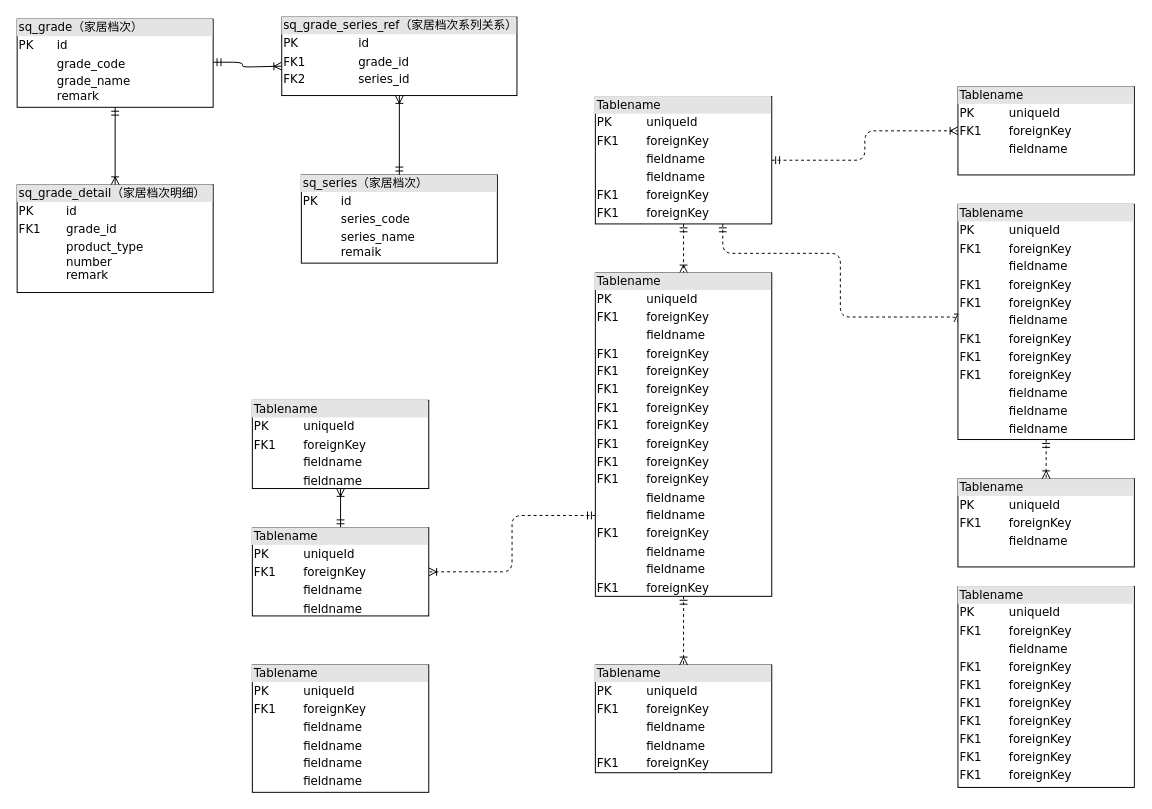
Before: 家居报价表定义.drawio in xueshou02/githubWJ, a draw.io diagram. Source tidied: cells renumbered, new cells numbered last; positions are measured from the earlier drawing's top-left corner, leaving out a move shared by most shapes. Both pictures are drawn from the tidied source at 98%, with x=0, y=0 at pixel (17, 17).
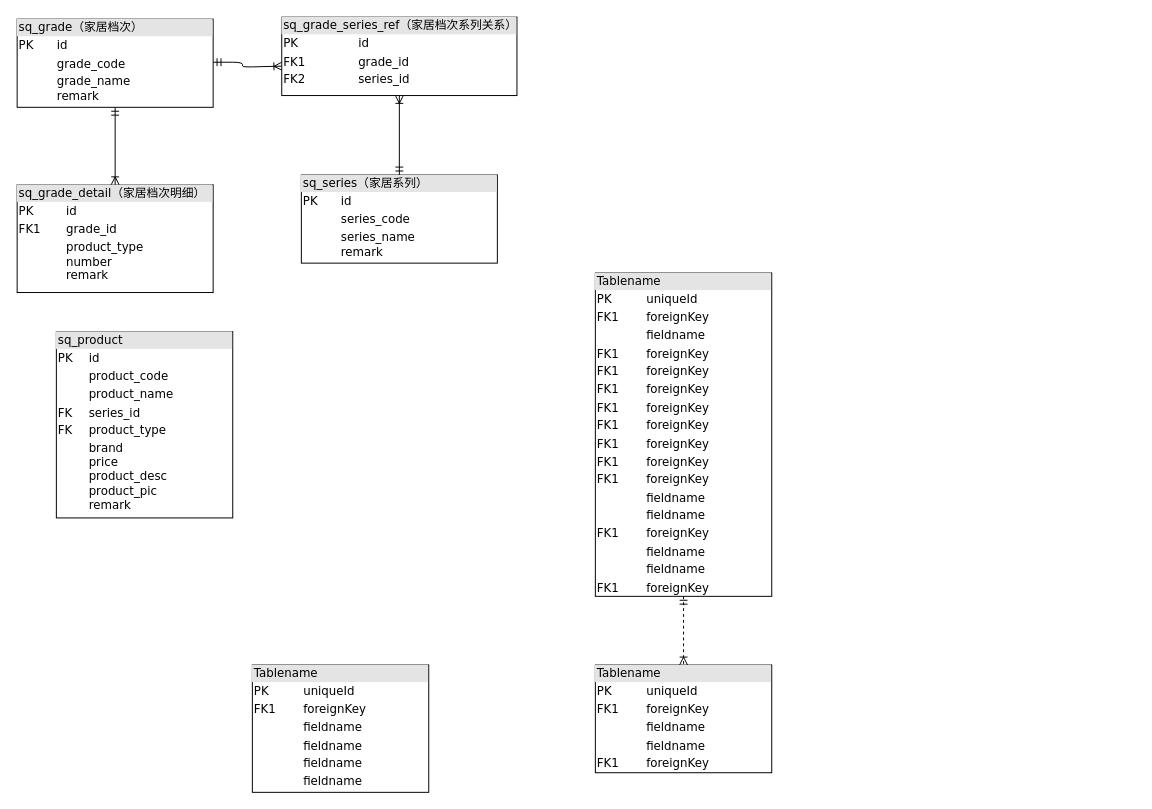
Above is the later version.

Commit message:
更新家居报价表定义.drawio

Unchanged cells that the change refers to:
```xml
<mxCell id="16" value="&lt;div style=&quot;box-sizing: border-box ; width: 100% ; background: #e4e4e4 ; padding: 2px&quot;&gt;Tablename&lt;/div&gt;&lt;table style=&quot;width: 100% ; font-size: 1em&quot; cellpadding=&quot;2&quot; cellspacing=&quot;0&quot;&gt;&lt;tbody&gt;&lt;tr&gt;&lt;td&gt;PK&lt;/td&gt;&lt;td&gt;uniqueId&lt;/td&gt;&lt;/tr&gt;&lt;tr&gt;&lt;td&gt;FK1&lt;/td&gt;&lt;td&gt;foreignKey&lt;/td&gt;&lt;/tr&gt;&lt;tr&gt;&lt;td&gt;&lt;/td&gt;&lt;td&gt;fieldname&lt;/td&gt;&lt;/tr&gt;&lt;tr&gt;&lt;td&gt;FK1&lt;br&gt;&lt;/td&gt;&lt;td&gt;foreignKey&lt;br&gt;&lt;/td&gt;&lt;/tr&gt;&lt;tr&gt;&lt;td&gt;FK1&lt;br&gt;&lt;/td&gt;&lt;td&gt;foreignKey&lt;br&gt;&lt;/td&gt;&lt;/tr&gt;&lt;tr&gt;&lt;td&gt;FK1&lt;br&gt;&lt;/td&gt;&lt;td&gt;foreignKey&lt;br&gt;&lt;/td&gt;&lt;/tr&gt;&lt;tr&gt;&lt;td&gt;FK1&lt;br&gt;&lt;/td&gt;&lt;td&gt;foreignKey&lt;br&gt;&lt;/td&gt;&lt;/tr&gt;&lt;tr&gt;&lt;td&gt;FK1&lt;br&gt;&lt;/td&gt;&lt;td&gt;foreignKey&lt;br&gt;&lt;/td&gt;&lt;/tr&gt;&lt;tr&gt;&lt;td&gt;FK1&lt;br&gt;&lt;/td&gt;&lt;td&gt;foreignKey&lt;br&gt;&lt;/td&gt;&lt;/tr&gt;&lt;tr&gt;&lt;td&gt;FK1&lt;br&gt;&lt;/td&gt;&lt;td&gt;foreignKey&lt;br&gt;&lt;/td&gt;&lt;/tr&gt;&lt;tr&gt;&lt;td&gt;FK1&lt;br&gt;&lt;/td&gt;&lt;td&gt;foreignKey&lt;br&gt;&lt;/td&gt;&lt;/tr&gt;&lt;tr&gt;&lt;td&gt;&lt;br&gt;&lt;/td&gt;&lt;td&gt;fieldname&lt;br&gt;&lt;/td&gt;&lt;/tr&gt;&lt;tr&gt;&lt;td&gt;&lt;br&gt;&lt;/td&gt;&lt;td&gt;fieldname&lt;br&gt;&lt;/td&gt;&lt;/tr&gt;&lt;tr&gt;&lt;td&gt;FK1&lt;br&gt;&lt;/td&gt;&lt;td&gt;foreignKey&lt;br&gt;&lt;/td&gt;&lt;/tr&gt;&lt;tr&gt;&lt;td&gt;&lt;br&gt;&lt;/td&gt;&lt;td&gt;fieldname&lt;br&gt;&lt;/td&gt;&lt;/tr&gt;&lt;tr&gt;&lt;td&gt;&lt;br&gt;&lt;/td&gt;&lt;td&gt;fieldname&lt;br&gt;&lt;/td&gt;&lt;/tr&gt;&lt;tr&gt;&lt;td&gt;FK1&lt;br&gt;&lt;/td&gt;&lt;td&gt;foreignKey&lt;br&gt;&lt;/td&gt;&lt;/tr&gt;&lt;/tbody&gt;&lt;/table&gt;" style="verticalAlign=top;align=left;overflow=fill;html=1;rounded=0;shadow=0;comic=0;labelBackgroundColor=none;strokeWidth=1;fontFamily=Verdana;fontSize=12;" parent="1" vertex="1">
  <mxGeometry x="590" y="261" width="180" height="330" as="geometry" />
</mxCell>
```

Change to the diagram source:
```diff
@@
-    <mxCell id="3" style="edgeStyle=orthogonalEdgeStyle;html=1;entryX=0.5;entryY=0;dashed=1;labelBackgroundColor=none;startArrow=ERmandOne;endArrow=ERoneToMany;fontFamily=Verdana;fontSize=12;align=left;" parent="1" edge="1" source="6" target="16">
-      <mxGeometry relative="1" as="geometry" />
-    </mxCell>
-    <mxCell id="4" style="edgeStyle=orthogonalEdgeStyle;html=1;dashed=1;labelBackgroundColor=none;startArrow=ERmandOne;endArrow=ERoneToMany;fontFamily=Verdana;fontSize=12;align=left;entryX=0;entryY=0.5;" parent="1" edge="1" source="6" target="19">
-      <mxGeometry relative="1" as="geometry">
-        <Array as="points">
-          <mxPoint x="720" y="241" />
-          <mxPoint x="840" y="241" />
-          <mxPoint x="840" y="306" />
-        </Array>
-      </mxGeometry>
-    </mxCell>
-    <mxCell id="5" style="edgeStyle=orthogonalEdgeStyle;html=1;dashed=1;labelBackgroundColor=none;startArrow=ERmandOne;endArrow=ERoneToMany;fontFamily=Verdana;fontSize=12;align=left;" parent="1" edge="1" source="6" target="20">
-      <mxGeometry relative="1" as="geometry" />
-    </mxCell>
-    <mxCell id="6" value="&lt;div style=&quot;box-sizing: border-box ; width: 100% ; background: #e4e4e4 ; padding: 2px&quot;&gt;Tablename&lt;/div&gt;&lt;table style=&quot;width: 100% ; font-size: 1em&quot; cellpadding=&quot;2&quot; cellspacing=&quot;0&quot;&gt;&lt;tbody&gt;&lt;tr&gt;&lt;td&gt;PK&lt;/td&gt;&lt;td&gt;uniqueId&lt;/td&gt;&lt;/tr&gt;&lt;tr&gt;&lt;td&gt;FK1&lt;/td&gt;&lt;td&gt;foreignKey&lt;/td&gt;&lt;/tr&gt;&lt;tr&gt;&lt;td&gt;&lt;/td&gt;&lt;td&gt;fieldname&lt;/td&gt;&lt;/tr&gt;&lt;tr&gt;&lt;td&gt;&lt;br&gt;&lt;/td&gt;&lt;td&gt;fieldname&lt;br&gt;&lt;/td&gt;&lt;/tr&gt;&lt;tr&gt;&lt;td&gt;FK1&lt;br&gt;&lt;/td&gt;&lt;td&gt;foreignKey&lt;br&gt;&lt;/td&gt;&lt;/tr&gt;&lt;tr&gt;&lt;td&gt;FK1&lt;br&gt;&lt;/td&gt;&lt;td&gt;foreignKey&lt;br&gt;&lt;/td&gt;&lt;/tr&gt;&lt;/tbody&gt;&lt;/table&gt;" style="verticalAlign=top;align=left;overflow=fill;html=1;rounded=0;shadow=0;comic=0;labelBackgroundColor=none;strokeWidth=1;fontFamily=Verdana;fontSize=12;" parent="1" vertex="1">
-      <mxGeometry x="590" y="81" width="180" height="130" as="geometry" />
-    </mxCell>
-    <mxCell id="7" style="edgeStyle=orthogonalEdgeStyle;html=1;labelBackgroundColor=none;startArrow=ERmandOne;endArrow=ERoneToMany;fontFamily=Verdana;fontSize=12;align=left;" parent="1" edge="1" source="9" target="10">
-      <mxGeometry relative="1" as="geometry" />
-    </mxCell>
-    <mxCell id="8" style="edgeStyle=orthogonalEdgeStyle;html=1;exitX=0;exitY=0.75;entryX=1;entryY=0.5;dashed=1;labelBackgroundColor=none;startArrow=ERmandOne;endArrow=ERoneToMany;fontFamily=Verdana;fontSize=12;align=left;" parent="1" edge="1" source="16" target="9">
-      <mxGeometry relative="1" as="geometry" />
-    </mxCell>
-    <mxCell id="9" value="&lt;div style=&quot;box-sizing: border-box ; width: 100% ; background: #e4e4e4 ; padding: 2px&quot;&gt;Tablename&lt;/div&gt;&lt;table style=&quot;width: 100% ; font-size: 1em&quot; cellpadding=&quot;2&quot; cellspacing=&quot;0&quot;&gt;&lt;tbody&gt;&lt;tr&gt;&lt;td&gt;PK&lt;/td&gt;&lt;td&gt;uniqueId&lt;/td&gt;&lt;/tr&gt;&lt;tr&gt;&lt;td&gt;FK1&lt;/td&gt;&lt;td&gt;foreignKey&lt;/td&gt;&lt;/tr&gt;&lt;tr&gt;&lt;td&gt;&lt;/td&gt;&lt;td&gt;fieldname&lt;/td&gt;&lt;/tr&gt;&lt;tr&gt;&lt;td&gt;&lt;br&gt;&lt;/td&gt;&lt;td&gt;fieldname&lt;br&gt;&lt;/td&gt;&lt;/tr&gt;&lt;/tbody&gt;&lt;/table&gt;" style="verticalAlign=top;align=left;overflow=fill;html=1;rounded=0;shadow=0;comic=0;labelBackgroundColor=none;strokeWidth=1;fontFamily=Verdana;fontSize=12;" parent="1" vertex="1">
-      <mxGeometry x="240" y="521" width="180" height="90" as="geometry" />
-    </mxCell>
-    <mxCell id="10" value="&lt;div style=&quot;box-sizing: border-box ; width: 100% ; background: #e4e4e4 ; padding: 2px&quot;&gt;Tablename&lt;/div&gt;&lt;table style=&quot;width: 100% ; font-size: 1em&quot; cellpadding=&quot;2&quot; cellspacing=&quot;0&quot;&gt;&lt;tbody&gt;&lt;tr&gt;&lt;td&gt;PK&lt;/td&gt;&lt;td&gt;uniqueId&lt;/td&gt;&lt;/tr&gt;&lt;tr&gt;&lt;td&gt;FK1&lt;/td&gt;&lt;td&gt;foreignKey&lt;/td&gt;&lt;/tr&gt;&lt;tr&gt;&lt;td&gt;&lt;/td&gt;&lt;td&gt;fieldname&lt;/td&gt;&lt;/tr&gt;&lt;tr&gt;&lt;td&gt;&lt;br&gt;&lt;/td&gt;&lt;td&gt;fieldname&lt;br&gt;&lt;/td&gt;&lt;/tr&gt;&lt;/tbody&gt;&lt;/table&gt;" style="verticalAlign=top;align=left;overflow=fill;html=1;rounded=0;shadow=0;comic=0;labelBackgroundColor=none;strokeWidth=1;fontFamily=Verdana;fontSize=12;" parent="1" vertex="1">
-      <mxGeometry x="240" y="391" width="180" height="90" as="geometry" />
-    </mxCell>
@@
-    <mxCell id="13" value="&lt;div style=&quot;box-sizing: border-box ; width: 100% ; background: #e4e4e4 ; padding: 2px&quot;&gt;Tablename&lt;/div&gt;&lt;table style=&quot;width: 100% ; font-size: 1em&quot; cellpadding=&quot;2&quot; cellspacing=&quot;0&quot;&gt;&lt;tbody&gt;&lt;tr&gt;&lt;td&gt;PK&lt;/td&gt;&lt;td&gt;uniqueId&lt;/td&gt;&lt;/tr&gt;&lt;tr&gt;&lt;td&gt;FK1&lt;/td&gt;&lt;td&gt;foreignKey&lt;/td&gt;&lt;/tr&gt;&lt;tr&gt;&lt;td&gt;&lt;/td&gt;&lt;td&gt;fieldname&lt;/td&gt;&lt;/tr&gt;&lt;tr&gt;&lt;td&gt;FK1&lt;br&gt;&lt;/td&gt;&lt;td&gt;foreignKey&lt;br&gt;&lt;/td&gt;&lt;/tr&gt;&lt;tr&gt;&lt;td&gt;FK1&lt;br&gt;&lt;/td&gt;&lt;td&gt;foreignKey&lt;br&gt;&lt;/td&gt;&lt;/tr&gt;&lt;tr&gt;&lt;td&gt;FK1&lt;br&gt;&lt;/td&gt;&lt;td&gt;foreignKey&lt;br&gt;&lt;/td&gt;&lt;/tr&gt;&lt;tr&gt;&lt;td&gt;FK1&lt;br&gt;&lt;/td&gt;&lt;td&gt;foreignKey&lt;br&gt;&lt;/td&gt;&lt;/tr&gt;&lt;tr&gt;&lt;td&gt;FK1&lt;br&gt;&lt;/td&gt;&lt;td&gt;foreignKey&lt;br&gt;&lt;/td&gt;&lt;/tr&gt;&lt;tr&gt;&lt;td&gt;FK1&lt;br&gt;&lt;/td&gt;&lt;td&gt;foreignKey&lt;br&gt;&lt;/td&gt;&lt;/tr&gt;&lt;tr&gt;&lt;td&gt;FK1&lt;br&gt;&lt;/td&gt;&lt;td&gt;foreignKey&lt;br&gt;&lt;/td&gt;&lt;/tr&gt;&lt;/tbody&gt;&lt;/table&gt;" style="verticalAlign=top;align=left;overflow=fill;html=1;rounded=0;shadow=0;comic=0;labelBackgroundColor=none;strokeWidth=1;fontFamily=Verdana;fontSize=12;" parent="1" vertex="1">
-      <mxGeometry x="960" y="581" width="180" height="205" as="geometry" />
-    </mxCell>
@@
-    <mxCell id="17" value="&lt;div style=&quot;box-sizing:border-box;width:100%;background:#e4e4e4;padding:2px;&quot;&gt;Tablename&lt;/div&gt;&lt;table style=&quot;width:100%;font-size:1em;&quot; cellpadding=&quot;2&quot; cellspacing=&quot;0&quot;&gt;&lt;tr&gt;&lt;td&gt;PK&lt;/td&gt;&lt;td&gt;uniqueId&lt;/td&gt;&lt;/tr&gt;&lt;tr&gt;&lt;td&gt;FK1&lt;/td&gt;&lt;td&gt;foreignKey&lt;/td&gt;&lt;/tr&gt;&lt;tr&gt;&lt;td&gt;&lt;/td&gt;&lt;td&gt;fieldname&lt;/td&gt;&lt;/tr&gt;&lt;/table&gt;" style="verticalAlign=top;align=left;overflow=fill;html=1;rounded=0;shadow=0;comic=0;labelBackgroundColor=none;strokeWidth=1;fontFamily=Verdana;fontSize=12;" parent="1" vertex="1">
-      <mxGeometry x="960" y="471" width="180" height="90" as="geometry" />
-    </mxCell>
-    <mxCell id="18" style="edgeStyle=orthogonalEdgeStyle;html=1;entryX=0.5;entryY=0;dashed=1;labelBackgroundColor=none;startArrow=ERmandOne;endArrow=ERoneToMany;fontFamily=Verdana;fontSize=12;align=left;" parent="1" edge="1" source="19" target="17">
-      <mxGeometry relative="1" as="geometry" />
-    </mxCell>
-    <mxCell id="19" value="&lt;div style=&quot;box-sizing: border-box ; width: 100% ; background: #e4e4e4 ; padding: 2px&quot;&gt;Tablename&lt;/div&gt;&lt;table style=&quot;width: 100% ; font-size: 1em&quot; cellpadding=&quot;2&quot; cellspacing=&quot;0&quot;&gt;&lt;tbody&gt;&lt;tr&gt;&lt;td&gt;PK&lt;/td&gt;&lt;td&gt;uniqueId&lt;/td&gt;&lt;/tr&gt;&lt;tr&gt;&lt;td&gt;FK1&lt;/td&gt;&lt;td&gt;foreignKey&lt;/td&gt;&lt;/tr&gt;&lt;tr&gt;&lt;td&gt;&lt;/td&gt;&lt;td&gt;fieldname&lt;/td&gt;&lt;/tr&gt;&lt;tr&gt;&lt;td&gt;FK1&lt;br&gt;&lt;/td&gt;&lt;td&gt;foreignKey&lt;br&gt;&lt;/td&gt;&lt;/tr&gt;&lt;tr&gt;&lt;td&gt;FK1&lt;br&gt;&lt;/td&gt;&lt;td&gt;foreignKey&lt;br&gt;&lt;/td&gt;&lt;/tr&gt;&lt;tr&gt;&lt;td&gt;&lt;br&gt;&lt;/td&gt;&lt;td&gt;fieldname&lt;br&gt;&lt;/td&gt;&lt;/tr&gt;&lt;tr&gt;&lt;td&gt;FK1&lt;br&gt;&lt;/td&gt;&lt;td&gt;foreignKey&lt;br&gt;&lt;/td&gt;&lt;/tr&gt;&lt;tr&gt;&lt;td&gt;FK1&lt;br&gt;&lt;/td&gt;&lt;td&gt;foreignKey&lt;br&gt;&lt;/td&gt;&lt;/tr&gt;&lt;tr&gt;&lt;td&gt;FK1&lt;br&gt;&lt;/td&gt;&lt;td&gt;foreignKey&lt;br&gt;&lt;/td&gt;&lt;/tr&gt;&lt;tr&gt;&lt;td&gt;&lt;br&gt;&lt;/td&gt;&lt;td&gt;fieldname&lt;br&gt;&lt;/td&gt;&lt;/tr&gt;&lt;tr&gt;&lt;td&gt;&lt;br&gt;&lt;/td&gt;&lt;td&gt;fieldname&lt;br&gt;&lt;/td&gt;&lt;/tr&gt;&lt;tr&gt;&lt;td&gt;&lt;br&gt;&lt;/td&gt;&lt;td&gt;fieldname&lt;br&gt;&lt;/td&gt;&lt;/tr&gt;&lt;/tbody&gt;&lt;/table&gt;" style="verticalAlign=top;align=left;overflow=fill;html=1;rounded=0;shadow=0;comic=0;labelBackgroundColor=none;strokeWidth=1;fontFamily=Verdana;fontSize=12;" parent="1" vertex="1">
-      <mxGeometry x="960" y="191" width="180" height="240" as="geometry" />
-    </mxCell>
-    <mxCell id="20" value="&lt;div style=&quot;box-sizing:border-box;width:100%;background:#e4e4e4;padding:2px;&quot;&gt;Tablename&lt;/div&gt;&lt;table style=&quot;width:100%;font-size:1em;&quot; cellpadding=&quot;2&quot; cellspacing=&quot;0&quot;&gt;&lt;tr&gt;&lt;td&gt;PK&lt;/td&gt;&lt;td&gt;uniqueId&lt;/td&gt;&lt;/tr&gt;&lt;tr&gt;&lt;td&gt;FK1&lt;/td&gt;&lt;td&gt;foreignKey&lt;/td&gt;&lt;/tr&gt;&lt;tr&gt;&lt;td&gt;&lt;/td&gt;&lt;td&gt;fieldname&lt;/td&gt;&lt;/tr&gt;&lt;/table&gt;" style="verticalAlign=top;align=left;overflow=fill;html=1;rounded=0;shadow=0;comic=0;labelBackgroundColor=none;strokeWidth=1;fontFamily=Verdana;fontSize=12;" parent="1" vertex="1">
-      <mxGeometry x="960" y="71" width="180" height="90" as="geometry" />
-    </mxCell>
@@
-    <mxCell id="23" value="&lt;div style=&quot;box-sizing:border-box;width:100%;background:#e4e4e4;padding:2px;&quot;&gt;sq_series（家居档次）&lt;/div&gt;&lt;table style=&quot;width:100%;font-size:1em;&quot; cellpadding=&quot;2&quot; cellspacing=&quot;0&quot;&gt;&lt;tbody&gt;&lt;tr&gt;&lt;td&gt;PK&lt;/td&gt;&lt;td&gt;id&lt;/td&gt;&lt;/tr&gt;&lt;tr&gt;&lt;td&gt;&lt;br&gt;&lt;/td&gt;&lt;td&gt;series_code&lt;/td&gt;&lt;/tr&gt;&lt;tr&gt;&lt;td&gt;&lt;/td&gt;&lt;td&gt;series_name&lt;br&gt;remaik&lt;/td&gt;&lt;/tr&gt;&lt;/tbody&gt;&lt;/table&gt;" style="verticalAlign=top;align=left;overflow=fill;html=1;rounded=0;shadow=0;comic=0;labelBackgroundColor=none;strokeWidth=1;fontFamily=Verdana;fontSize=12;" parent="1" vertex="1">
+    <mxCell id="23" value="&lt;div style=&quot;box-sizing:border-box;width:100%;background:#e4e4e4;padding:2px;&quot;&gt;sq_series（家居系列）&lt;/div&gt;&lt;table style=&quot;width:100%;font-size:1em;&quot; cellpadding=&quot;2&quot; cellspacing=&quot;0&quot;&gt;&lt;tbody&gt;&lt;tr&gt;&lt;td&gt;PK&lt;/td&gt;&lt;td&gt;id&lt;/td&gt;&lt;/tr&gt;&lt;tr&gt;&lt;td&gt;&lt;br&gt;&lt;/td&gt;&lt;td&gt;series_code&lt;/td&gt;&lt;/tr&gt;&lt;tr&gt;&lt;td&gt;&lt;/td&gt;&lt;td&gt;series_name&lt;br&gt;remark&lt;/td&gt;&lt;/tr&gt;&lt;/tbody&gt;&lt;/table&gt;" style="verticalAlign=top;align=left;overflow=fill;html=1;rounded=0;shadow=0;comic=0;labelBackgroundColor=none;strokeWidth=1;fontFamily=Verdana;fontSize=12;" parent="1" vertex="1">
       <mxGeometry x="290" y="161" width="200" height="90" as="geometry" />
     </mxCell>
@@
+    <mxCell id="26" value="&lt;div style=&quot;box-sizing: border-box ; width: 100% ; background: #e4e4e4 ; padding: 2px&quot;&gt;sq_product&lt;/div&gt;&lt;table style=&quot;width: 100% ; font-size: 1em&quot; cellpadding=&quot;2&quot; cellspacing=&quot;0&quot;&gt;&lt;tbody&gt;&lt;tr&gt;&lt;td&gt;PK&lt;/td&gt;&lt;td&gt;id&lt;/td&gt;&lt;/tr&gt;&lt;tr&gt;&lt;td&gt;&lt;br&gt;&lt;/td&gt;&lt;td&gt;product_code&lt;/td&gt;&lt;/tr&gt;&lt;tr&gt;&lt;td&gt;&lt;/td&gt;&lt;td&gt;product_name&lt;/td&gt;&lt;/tr&gt;&lt;tr&gt;&lt;td&gt;FK&lt;/td&gt;&lt;td&gt;series_id&lt;br&gt;&lt;/td&gt;&lt;/tr&gt;&lt;tr&gt;&lt;td&gt;FK&lt;/td&gt;&lt;td&gt;product_type&lt;/td&gt;&lt;/tr&gt;&lt;tr&gt;&lt;td&gt;&lt;br&gt;&lt;/td&gt;&lt;td&gt;brand&lt;br&gt;price&lt;br&gt;product_desc&lt;br&gt;product_pic&lt;br&gt;remark&lt;/td&gt;&lt;/tr&gt;&lt;/tbody&gt;&lt;/table&gt;" style="verticalAlign=top;align=left;overflow=fill;html=1;rounded=0;shadow=0;comic=0;labelBackgroundColor=none;strokeWidth=1;fontFamily=Verdana;fontSize=12;" parent="1" vertex="1">
+      <mxGeometry x="40" y="321" width="180" height="190" as="geometry" />
+    </mxCell>
```
